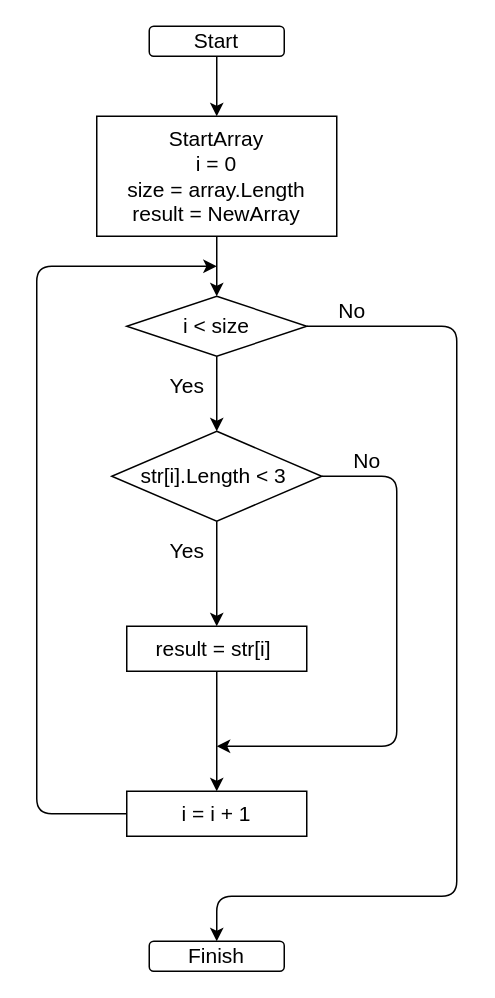
The draw.io diagram Scheme.drawio in apispallada/TestWork, before the edit. Source tidied: cells renumbered, new cells numbered last; positions are measured from the earlier drawing's top-left corner, leaving out a move shared by most shapes. Both pictures are drawn from the tidied source at 150%, with x=0, y=0 at pixel (36, 26).
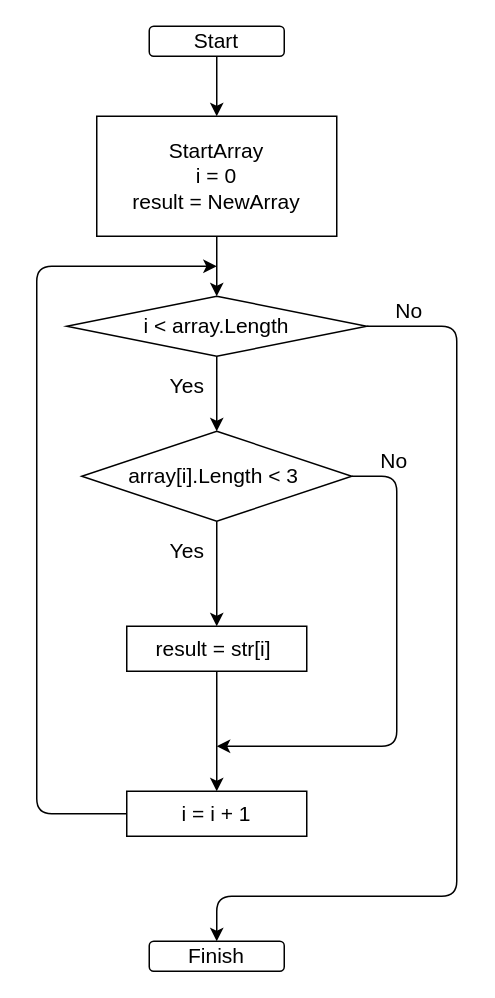
After the change.

Commit message:
Scheme: mistake corrected

Change to the diagram source:
```diff
@@
-    <mxCell id="5" value="StartArray&lt;br&gt;i = 0&lt;br&gt;size = array.Length&lt;br&gt;result = NewArray" style="rounded=0;whiteSpace=wrap;html=1;fontSize=14;" parent="1" vertex="1">
+    <mxCell id="5" value="StartArray&lt;br&gt;i = 0&lt;br&gt;result = NewArray" style="rounded=0;whiteSpace=wrap;html=1;fontSize=14;" parent="1" vertex="1">
       <mxGeometry x="40" y="60" width="160" height="80" as="geometry" />
     </mxCell>
@@
-    <mxCell id="8" value="i &amp;lt; size" style="rhombus;whiteSpace=wrap;html=1;fontSize=14;rounded=0;" parent="1" vertex="1">
-      <mxGeometry x="60" y="180" width="120" height="40" as="geometry" />
+    <mxCell id="8" value="i &amp;lt; array.Length" style="rhombus;whiteSpace=wrap;html=1;fontSize=14;rounded=0;" parent="1" vertex="1">
+      <mxGeometry x="20" y="180" width="200" height="40" as="geometry" />
     </mxCell>
@@
-    <mxCell id="11" value="str[i].Length &amp;lt; 3&amp;nbsp;" style="rhombus;whiteSpace=wrap;html=1;fontSize=14;rounded=0;" parent="1" vertex="1">
-      <mxGeometry x="50" y="270" width="140" height="60" as="geometry" />
+    <mxCell id="11" value="array[i].Length &amp;lt; 3&amp;nbsp;" style="rhombus;whiteSpace=wrap;html=1;fontSize=14;rounded=0;" parent="1" vertex="1">
+      <mxGeometry x="30" y="270" width="180" height="60" as="geometry" />
     </mxCell>
```
